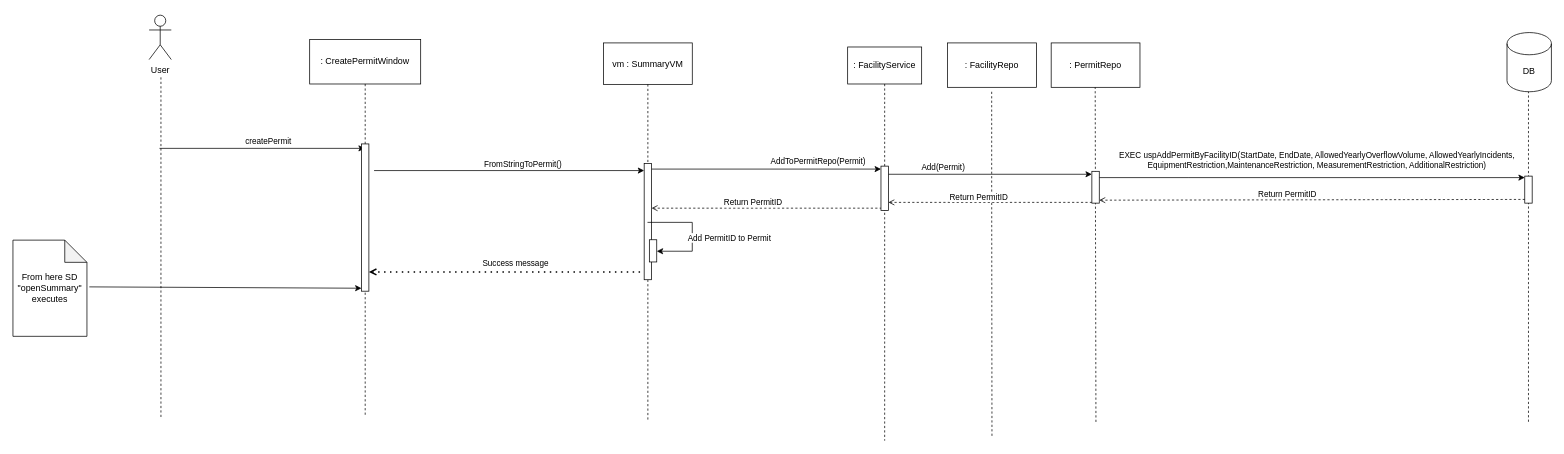
Above: page "SD UC3.5" (6 of 7) of SD og DCD final.drawio in DScharla/T14 (draw.io), before the change. Source tidied: cells renumbered, new cells numbered last; positions are measured from the earlier drawing's top-left corner, leaving out a move shared by most shapes. Both pictures are drawn from the tidied source at 74%, with x=0, y=0 at pixel (13, 15).
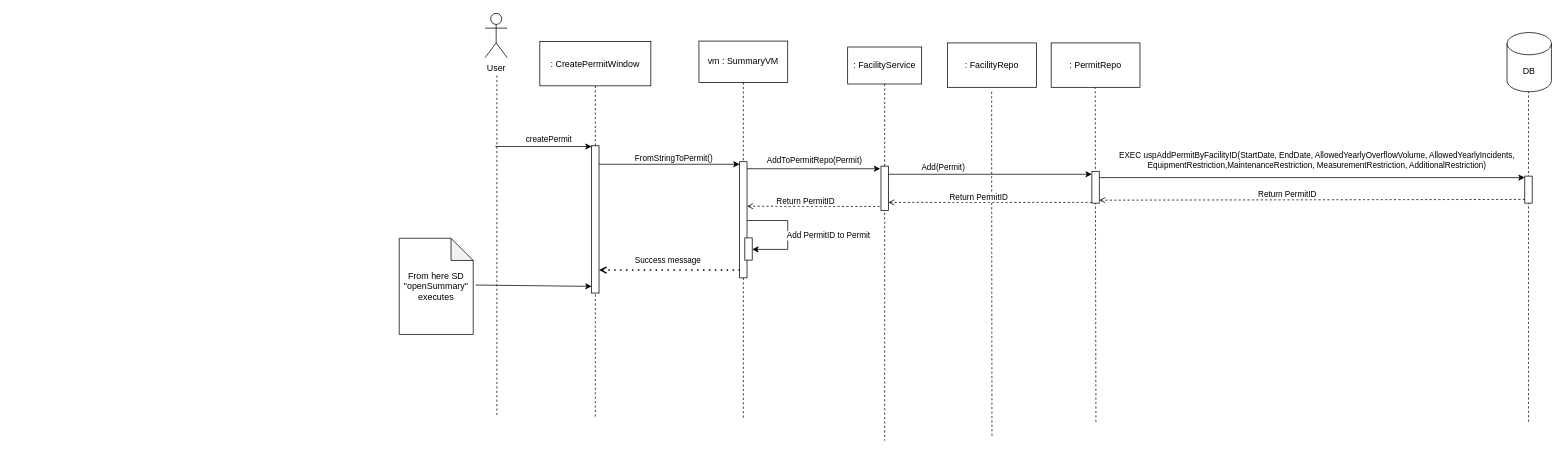
Above is the later version.

Unchanged cells that the change refers to:
```xml
<mxCell id="25" style="html=1;points=[[0,0,0,0,5],[0,1,0,0,-5],[1,0,0,0,5],[1,1,0,0,-5]];perimeter=orthogonalPerimeter;outlineConnect=0;targetShapes=umlLifeline;portConstraint=eastwest;newEdgeStyle={&quot;curved&quot;:0,&quot;rounded&quot;:0};" parent="24" vertex="1">
  <mxGeometry x="70" y="141" width="10" height="199" as="geometry" />
</mxCell>
<mxCell id="27" style="html=1;points=[[0,0,0,0,5],[0,1,0,0,-5],[1,0,0,0,5],[1,1,0,0,-5]];perimeter=orthogonalPerimeter;outlineConnect=0;targetShapes=umlLifeline;portConstraint=eastwest;newEdgeStyle={&quot;curved&quot;:0,&quot;rounded&quot;:0};" parent="26" vertex="1">
  <mxGeometry x="55" y="163" width="10" height="157" as="geometry" />
</mxCell>
<mxCell id="28" style="html=1;points=[[0,0,0,0,5],[0,1,0,0,-5],[1,0,0,0,5],[1,1,0,0,-5]];perimeter=orthogonalPerimeter;outlineConnect=0;targetShapes=umlLifeline;portConstraint=eastwest;newEdgeStyle={&quot;curved&quot;:0,&quot;rounded&quot;:0};" parent="26" vertex="1">
  <mxGeometry x="62" y="266" width="10" height="30" as="geometry" />
</mxCell>
```

Diff of the diagram source:
```diff
@@
-    <mxCell id="6" style="endArrow=classic;html=1;rounded=0;" parent="1" edge="1" target="27">
+    <mxCell id="6" style="endArrow=classic;html=1;rounded=0;" parent="1" edge="1">
       <mxGeometry relative="1" as="geometry">
-        <mxPoint x="488" y="210" as="sourcePoint" />
+        <mxPoint x="792" y="201.5" as="sourcePoint" />
+        <mxPoint x="982" y="201.5" as="targetPoint" />
       </mxGeometry>
     </mxCell>
     <mxCell id="7" value="FromStringToPermit()" style="edgeLabel;html=1;align=center;verticalAlign=middle;" parent="6" vertex="1">
       <mxGeometry x="-0.1" relative="1" as="geometry">
-        <mxPoint x="36" y="-9" as="offset" />
+        <mxPoint x="14" y="-9" as="offset" />
       </mxGeometry>
     </mxCell>
-    <mxCell id="8" style="endArrow=classic;html=1;rounded=0;entryX=0;entryY=0;entryDx=0;entryDy=5;entryPerimeter=0;" parent="1" edge="1">
+    <mxCell id="8" style="endArrow=classic;html=1;rounded=0;" parent="1" edge="1">
       <mxGeometry relative="1" as="geometry">
-        <mxPoint x="863" y="208" as="sourcePoint" />
-        <mxPoint x="1173" y="208" as="targetPoint" />
+        <mxPoint x="992" y="207.5" as="sourcePoint" />
+        <mxPoint x="1172" y="207.5" as="targetPoint" />
       </mxGeometry>
     </mxCell>
     <mxCell id="9" value="AddToPermitRepo(Permit)" style="edgeLabel;html=1;align=center;verticalAlign=middle;" parent="8" vertex="1">
       <mxGeometry x="0.31" relative="1" as="geometry">
-        <mxPoint x="21" y="-12" as="offset" />
+        <mxPoint x="-28" y="-12" as="offset" />
       </mxGeometry>
     </mxCell>
@@
     <mxCell id="15" style="endArrow=classic;html=1;rounded=0;exitX=1.032;exitY=0.486;exitDx=0;exitDy=0;exitPerimeter=0;" parent="1" edge="1" source="19">
       <mxGeometry relative="1" as="geometry">
-        <mxPoint x="471" y="369" as="targetPoint" />
+        <mxPoint x="782" y="366.5" as="targetPoint" />
       </mxGeometry>
     </mxCell>
@@
     <mxCell id="19" value="From here SD &quot;openSummary&quot; executes" style="shape=note;whiteSpace=wrap;html=1;backgroundOutline=1;darkOpacity=0.05;" parent="1" vertex="1">
-      <mxGeometry y="304" width="100" height="130" as="geometry" />
+      <mxGeometry x="522" y="301.5" width="100" height="130" as="geometry" />
     </mxCell>
     <mxCell id="20" value="User" style="shape=umlActor;verticalLabelPosition=bottom;verticalAlign=top;html=1;" parent="1" vertex="1">
-      <mxGeometry x="184" width="30" height="60" as="geometry" />
+      <mxGeometry x="638" y="-2.5" width="30" height="60" as="geometry" />
     </mxCell>
     <mxCell id="21" style="endArrow=none;dashed=1;html=1;rounded=0;" parent="1" edge="1">
       <mxGeometry relative="1" as="geometry">
-        <mxPoint x="200" y="543" as="sourcePoint" />
-        <mxPoint x="200" y="84" as="targetPoint" />
+        <mxPoint x="654" y="540.5" as="sourcePoint" />
+        <mxPoint x="654" y="81.5" as="targetPoint" />
       </mxGeometry>
     </mxCell>
-    <mxCell id="22" style="endArrow=classic;html=1;rounded=0;" parent="1" edge="1" target="24">
+    <mxCell id="22" style="endArrow=classic;html=1;rounded=0;" parent="1" edge="1">
       <mxGeometry relative="1" as="geometry">
-        <mxPoint x="198" y="180" as="sourcePoint" />
+        <mxPoint x="652" y="177.5" as="sourcePoint" />
+        <mxPoint x="782" y="177.5" as="targetPoint" />
       </mxGeometry>
     </mxCell>
     <mxCell id="23" value="createPermit" style="edgeLabel;html=1;align=center;verticalAlign=middle;" parent="22" vertex="1">
       <mxGeometry x="-0.36" y="-3" relative="1" as="geometry">
-        <mxPoint x="57" y="-13" as="offset" />
+        <mxPoint x="29" y="-13" as="offset" />
       </mxGeometry>
     </mxCell>
     <mxCell id="24" value=": CreatePermitWindow" style="shape=umlLifeline;perimeter=lifelinePerimeter;whiteSpace=wrap;html=1;outlineConnect=0;portConstraint=eastwest;newEdgeStyle={&quot;curved&quot;:0,&quot;rounded&quot;:0};size=60;" parent="1" vertex="1">
-      <mxGeometry x="401" y="33" width="150" height="510" as="geometry" />
+      <mxGeometry x="712" y="35.5" width="150" height="510" as="geometry" />
     </mxCell>
@@
     <mxCell id="26" value="vm : SummaryVM" style="shape=umlLifeline;perimeter=lifelinePerimeter;whiteSpace=wrap;html=1;outlineConnect=0;portConstraint=eastwest;newEdgeStyle={&quot;curved&quot;:0,&quot;rounded&quot;:0};size=56;" parent="1" vertex="1">
-      <mxGeometry x="798" y="37.5" width="120" height="510" as="geometry" />
+      <mxGeometry x="927" y="35" width="120" height="510" as="geometry" />
     </mxCell>
@@
-    <mxCell id="29" style="endArrow=classic;html=1;rounded=0;" parent="26" edge="1" source="26" target="28">
+    <mxCell id="29" style="endArrow=classic;html=1;rounded=0;" parent="26" edge="1" source="27" target="28">
       <mxGeometry relative="1" as="geometry">
         <Array as="points">
           <mxPoint x="120" y="242.5" />
           <mxPoint x="120" y="281.5" />
         </Array>
       </mxGeometry>
     </mxCell>
@@
     <mxCell id="37" style="endArrow=none;dashed=1;html=1;rounded=0;startArrow=open;startFill=0;" parent="1" edge="1">
       <mxGeometry relative="1" as="geometry">
-        <mxPoint x="863" y="260.8" as="sourcePoint" />
-        <mxPoint x="1173" y="260.8" as="targetPoint" />
+        <mxPoint x="992" y="258.2" as="sourcePoint" />
+        <mxPoint x="1172" y="258.5" as="targetPoint" />
       </mxGeometry>
     </mxCell>
@@
-    <mxCell id="39" style="endArrow=none;dashed=1;html=1;dashPattern=1 3;strokeWidth=2;rounded=0;startArrow=open;startFill=0;entryX=0;entryY=1;entryDx=0;entryDy=-5;entryPerimeter=0;" parent="1" edge="1" source="25">
+    <mxCell id="39" style="endArrow=none;dashed=1;html=1;dashPattern=1 3;strokeWidth=2;rounded=0;startArrow=open;startFill=0;" parent="1" edge="1" source="25">
       <mxGeometry relative="1" as="geometry">
-        <mxPoint x="853" y="347" as="targetPoint" />
+        <mxPoint x="982" y="344.5" as="targetPoint" />
       </mxGeometry>
     </mxCell>
```
